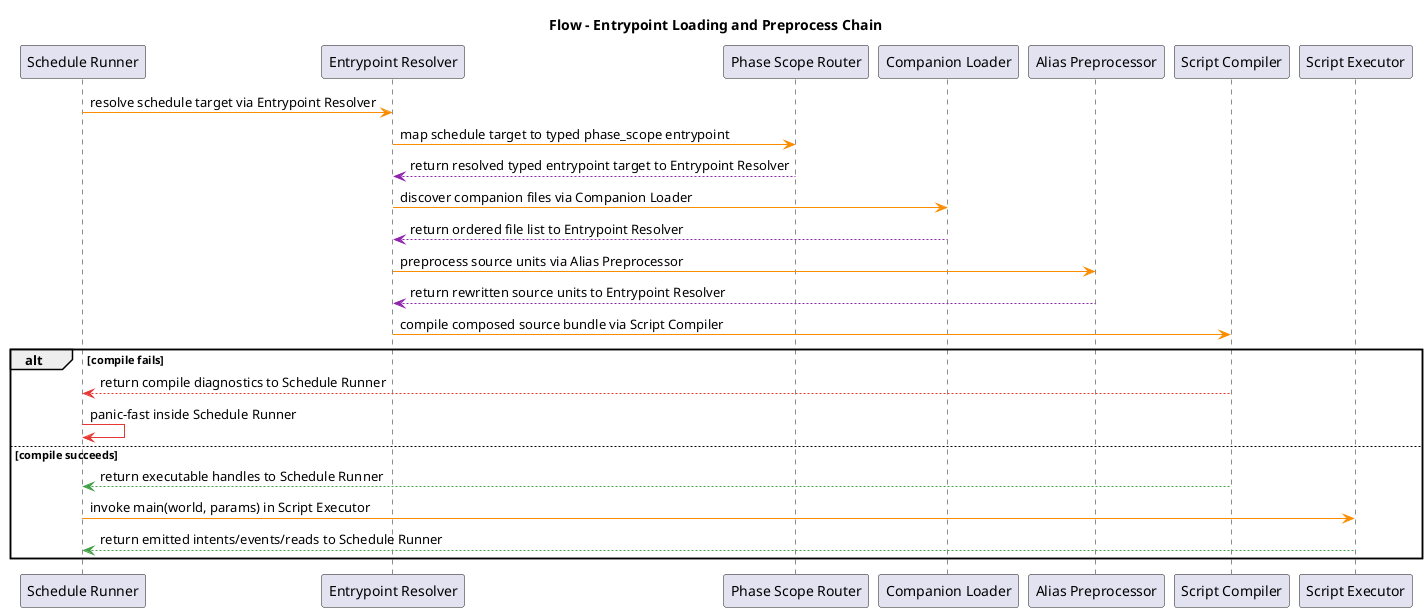
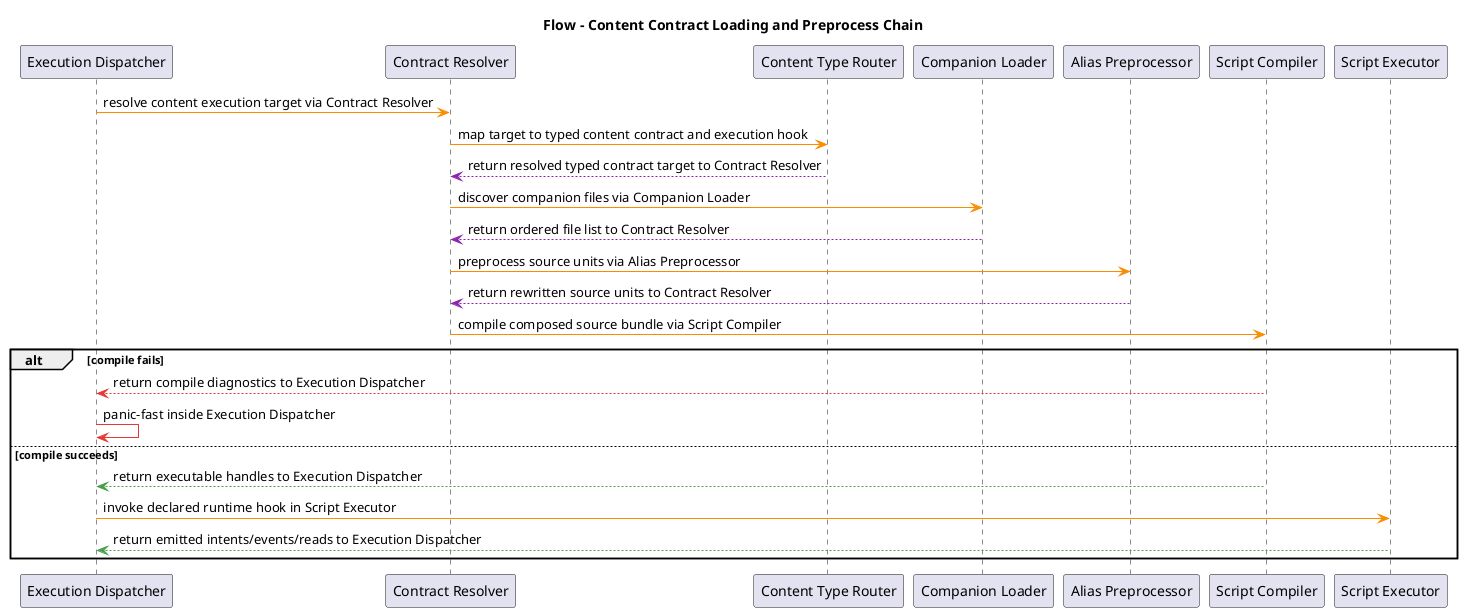
@startuml
- title Flow - Entrypoint Loading and Preprocess Chain
- participant "Schedule Runner" as Runner
- participant "Entrypoint Resolver" as Resolver
- participant "Phase Scope Router" as PhaseRouter
+ title Flow - Content Contract Loading and Preprocess Chain
+ participant "Execution Dispatcher" as Runner
+ participant "Contract Resolver" as Resolver
+ participant "Content Type Router" as TypeRouter
participant "Companion Loader" as Companion
participant "Alias Preprocessor" as Alias
participant "Script Compiler" as Compiler
participant "Script Executor" as Exec

- Runner -[#FB8C00]> Resolver : resolve schedule target via Entrypoint Resolver
- Resolver -[#FB8C00]> PhaseRouter : map schedule target to typed phase_scope entrypoint
- PhaseRouter -[#8E24AA]--> Resolver : return resolved typed entrypoint target to Entrypoint Resolver
+ Runner -[#FB8C00]> Resolver : resolve content execution target via Contract Resolver
+ Resolver -[#FB8C00]> TypeRouter : map target to typed content contract and execution hook
+ TypeRouter -[#8E24AA]--> Resolver : return resolved typed contract target to Contract Resolver
Resolver -[#FB8C00]> Companion : discover companion files via Companion Loader
- Companion -[#8E24AA]--> Resolver : return ordered file list to Entrypoint Resolver
+ Companion -[#8E24AA]--> Resolver : return ordered file list to Contract Resolver
Resolver -[#FB8C00]> Alias : preprocess source units via Alias Preprocessor
- Alias -[#8E24AA]--> Resolver : return rewritten source units to Entrypoint Resolver
+ Alias -[#8E24AA]--> Resolver : return rewritten source units to Contract Resolver
Resolver -[#FB8C00]> Compiler : compile composed source bundle via Script Compiler

alt compile fails
-   Compiler -[#E53935]--> Runner : return compile diagnostics to Schedule Runner
-   Runner -[#E53935]> Runner : panic-fast inside Schedule Runner
+   Compiler -[#E53935]--> Runner : return compile diagnostics to Execution Dispatcher
+   Runner -[#E53935]> Runner : panic-fast inside Execution Dispatcher
else compile succeeds
-   Compiler -[#43A047]--> Runner : return executable handles to Schedule Runner
-   Runner -[#FB8C00]> Exec : invoke main(world, params) in Script Executor
-   Exec -[#43A047]--> Runner : return emitted intents/events/reads to Schedule Runner
+   Compiler -[#43A047]--> Runner : return executable handles to Execution Dispatcher
+   Runner -[#FB8C00]> Exec : invoke declared runtime hook in Script Executor
+   Exec -[#43A047]--> Runner : return emitted intents/events/reads to Execution Dispatcher
end
@enduml
